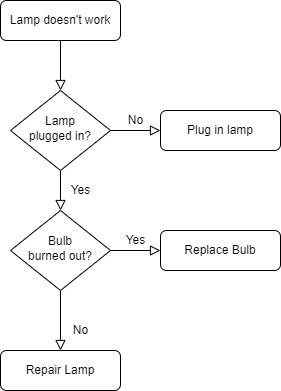
Earlier version of the draw.io export Untitled Diagram.drawio.png (ClaudJoe/drawio). Source tidied: cells renumbered, new cells last; positions are measured from the earlier drawing's top-left corner, leaving out a move shared by most shapes. Source of this version:
```xml
<mxGraphModel>
  <root>
    <mxCell id="0" />
    <mxCell id="1" parent="0" />
    <mxCell id="2" style="rounded=0;html=1;jettySize=auto;fontSize=11;endArrow=block;endFill=0;endSize=8;strokeWidth=1;shadow=0;labelBackgroundColor=none;edgeStyle=orthogonalEdgeStyle;" parent="1" edge="1" source="3" target="6">
      <mxGeometry relative="1" as="geometry" />
    </mxCell>
    <mxCell id="3" value="Lamp doesn't work" style="rounded=1;whiteSpace=wrap;html=1;fontSize=12;glass=0;strokeWidth=1;shadow=0;" parent="1" vertex="1">
      <mxGeometry width="120" height="40" as="geometry" />
    </mxCell>
    <mxCell id="4" value="Yes" style="rounded=0;html=1;jettySize=auto;fontSize=11;endArrow=block;endFill=0;endSize=8;strokeWidth=1;shadow=0;labelBackgroundColor=none;edgeStyle=orthogonalEdgeStyle;" parent="1" edge="1" source="6" target="10">
      <mxGeometry y="20" relative="1" as="geometry" />
    </mxCell>
    <mxCell id="5" value="No" style="edgeStyle=orthogonalEdgeStyle;rounded=0;html=1;jettySize=auto;fontSize=11;endArrow=block;endFill=0;endSize=8;strokeWidth=1;shadow=0;labelBackgroundColor=none;" parent="1" edge="1" source="6" target="7">
      <mxGeometry y="10" relative="1" as="geometry" />
    </mxCell>
    <mxCell id="6" value="Lamp&lt;br&gt;plugged in?" style="rhombus;whiteSpace=wrap;html=1;shadow=0;fontFamily=Helvetica;fontSize=12;align=center;strokeWidth=1;spacing=6;spacingTop=-4;" parent="1" vertex="1">
      <mxGeometry x="10" y="90" width="100" height="80" as="geometry" />
    </mxCell>
    <mxCell id="7" value="Plug in lamp" style="rounded=1;whiteSpace=wrap;html=1;fontSize=12;glass=0;strokeWidth=1;shadow=0;" parent="1" vertex="1">
      <mxGeometry x="160" y="110" width="120" height="40" as="geometry" />
    </mxCell>
    <mxCell id="8" value="No" style="rounded=0;html=1;jettySize=auto;fontSize=11;endArrow=block;endFill=0;endSize=8;strokeWidth=1;shadow=0;labelBackgroundColor=none;edgeStyle=orthogonalEdgeStyle;" parent="1" edge="1" source="10" target="11">
      <mxGeometry x="0.33" y="20" relative="1" as="geometry" />
    </mxCell>
    <mxCell id="9" value="Yes" style="edgeStyle=orthogonalEdgeStyle;rounded=0;html=1;jettySize=auto;fontSize=11;endArrow=block;endFill=0;endSize=8;strokeWidth=1;shadow=0;labelBackgroundColor=none;" parent="1" edge="1" source="10" target="12">
      <mxGeometry y="10" relative="1" as="geometry" />
    </mxCell>
    <mxCell id="10" value="Bulb&lt;br&gt;burned out?" style="rhombus;whiteSpace=wrap;html=1;shadow=0;fontFamily=Helvetica;fontSize=12;align=center;strokeWidth=1;spacing=6;spacingTop=-4;" parent="1" vertex="1">
      <mxGeometry x="10" y="210" width="100" height="80" as="geometry" />
    </mxCell>
    <mxCell id="11" value="Repair Lamp" style="rounded=1;whiteSpace=wrap;html=1;fontSize=12;glass=0;strokeWidth=1;shadow=0;" parent="1" vertex="1">
      <mxGeometry y="350" width="120" height="40" as="geometry" />
    </mxCell>
    <mxCell id="12" value="Replace Bulb" style="rounded=1;whiteSpace=wrap;html=1;fontSize=12;glass=0;strokeWidth=1;shadow=0;" parent="1" vertex="1">
      <mxGeometry x="160" y="230" width="120" height="40" as="geometry" />
    </mxCell>
  </root>
</mxGraphModel>
```
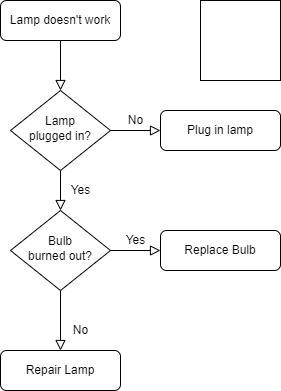
Above is the later version.

What changed in the source:
```diff
@@ -35,5 +35,8 @@
     <mxCell id="12" value="Replace Bulb" style="rounded=1;whiteSpace=wrap;html=1;fontSize=12;glass=0;strokeWidth=1;shadow=0;" parent="1" vertex="1">
       <mxGeometry x="160" y="230" width="120" height="40" as="geometry" />
     </mxCell>
+    <mxCell id="13" style="whiteSpace=wrap;html=1;" parent="1" vertex="1">
+      <mxGeometry x="200" width="80" height="80" as="geometry" />
+    </mxCell>
   </root>
 </mxGraphModel>
```
